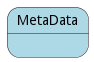
Before: docs/edgemere/diml/dml/fmdm/models/metadata/statenet.png, a diagram exported from PlantUML (madajaju/edgemere).
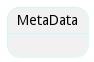
The same diagram one commit later.

Change to the diagram source:
```diff
@@ -2,7 +2,7 @@
 
 
 
-state MetaData #lightblue {
+state MetaData ##aaffff {
 
 
 
```
